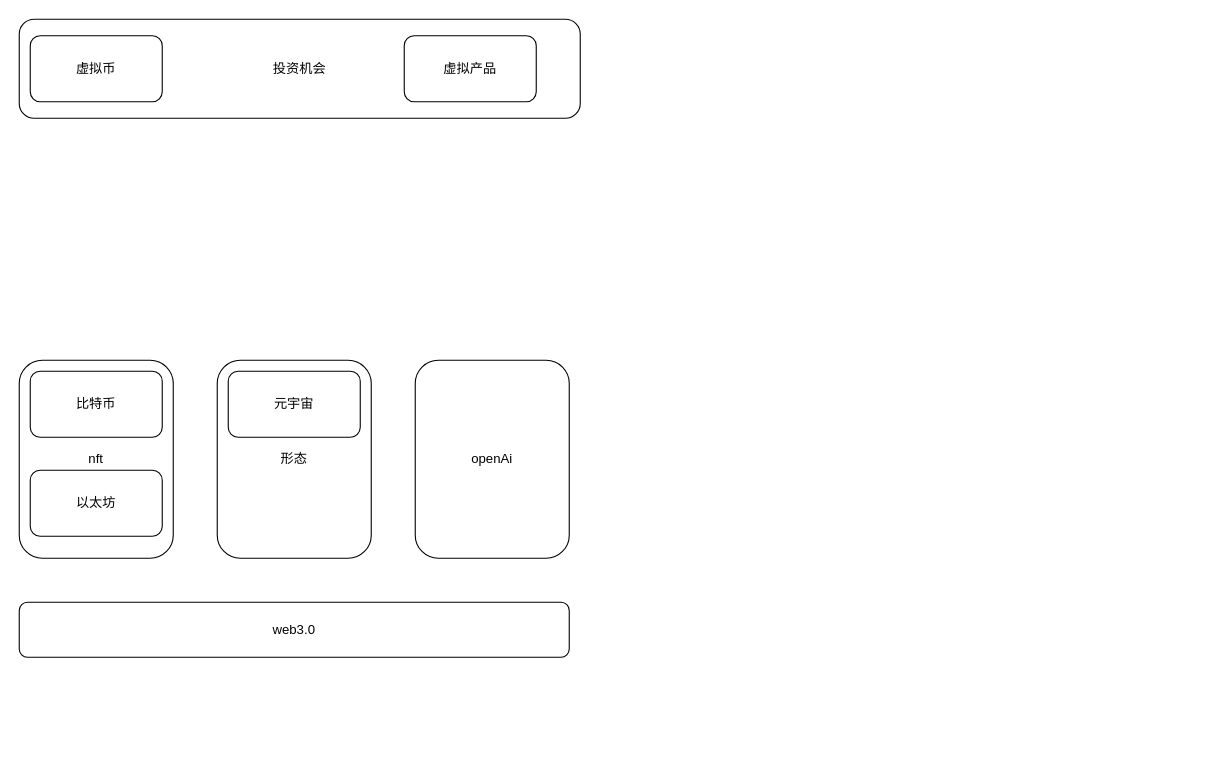
Earlier version of the draw.io diagram menus/web3.0未来与投资.drawio (Asamiyaa/microservice-k8s-yun). Source tidied: cells renumbered, new cells numbered last; positions are measured from the earlier drawing's top-left corner, leaving out a move shared by most shapes. Both pictures are drawn from the tidied source at 110%, with x=0, y=0 at pixel (19, 19).
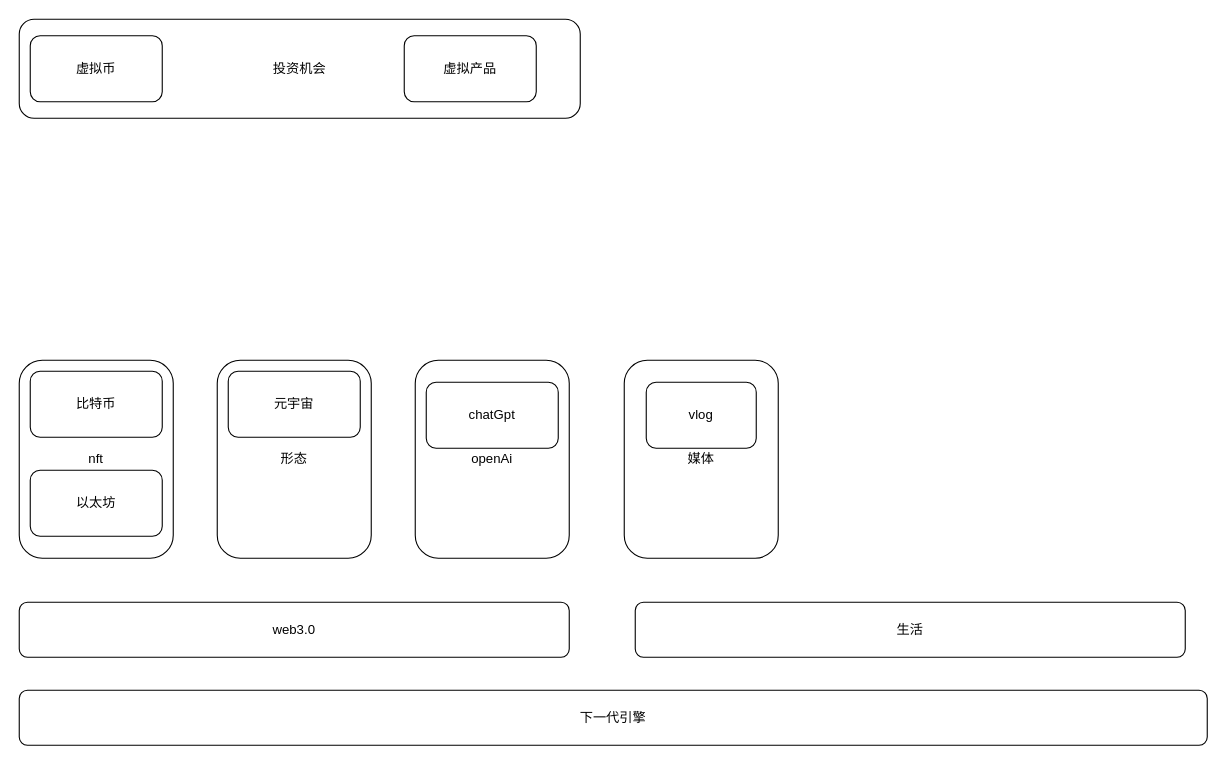
The same diagram, later.

Commit message:
更新web3.0未来与投资.drawio

Diff of the diagram source:
```diff
@@
 <mxGraphModel>
   <root>
     <mxCell id="0" />
     <mxCell id="1" parent="0" />
+    <mxCell id="13" value="媒体" style="rounded=1;whiteSpace=wrap;html=1;" parent="1" vertex="1">
+      <mxGeometry x="550" y="310" width="140" height="180" as="geometry" />
+    </mxCell>
     <mxCell id="2" value="nft" style="rounded=1;whiteSpace=wrap;html=1;" parent="1" vertex="1">
       <mxGeometry y="310" width="140" height="180" as="geometry" />
     </mxCell>
     <mxCell id="3" value="web3.0" style="rounded=1;whiteSpace=wrap;html=1;" parent="1" vertex="1">
       <mxGeometry y="530" width="500" height="50" as="geometry" />
     </mxCell>
     <mxCell id="4" value="比特币" style="rounded=1;whiteSpace=wrap;html=1;" parent="1" vertex="1">
       <mxGeometry x="10" y="320" width="120" height="60" as="geometry" />
     </mxCell>
     <mxCell id="5" value="元宇宙" style="rounded=1;whiteSpace=wrap;html=1;" parent="1" vertex="1">
       <mxGeometry x="190" y="320" width="120" height="60" as="geometry" />
     </mxCell>
     <mxCell id="6" value="形态" style="rounded=1;whiteSpace=wrap;html=1;" parent="1" vertex="1">
       <mxGeometry x="180" y="310" width="140" height="180" as="geometry" />
     </mxCell>
     <mxCell id="7" value="投资机会" style="rounded=1;whiteSpace=wrap;html=1;" parent="1" vertex="1">
       <mxGeometry width="510" height="90" as="geometry" />
     </mxCell>
     <mxCell id="8" value="虚拟币" style="rounded=1;whiteSpace=wrap;html=1;" parent="1" vertex="1">
       <mxGeometry x="10" y="15" width="120" height="60" as="geometry" />
     </mxCell>
     <mxCell id="9" value="元宇宙" style="rounded=1;whiteSpace=wrap;html=1;" parent="1" vertex="1">
       <mxGeometry x="190" y="320" width="120" height="60" as="geometry" />
     </mxCell>
     <mxCell id="10" value="虚拟产品" style="rounded=1;whiteSpace=wrap;html=1;" parent="1" vertex="1">
       <mxGeometry x="350" y="15" width="120" height="60" as="geometry" />
     </mxCell>
     <mxCell id="11" value="以太坊" style="rounded=1;whiteSpace=wrap;html=1;" parent="1" vertex="1">
       <mxGeometry x="10" y="410" width="120" height="60" as="geometry" />
     </mxCell>
     <mxCell id="12" value="openAi" style="rounded=1;whiteSpace=wrap;html=1;" parent="1" vertex="1">
       <mxGeometry x="360" y="310" width="140" height="180" as="geometry" />
     </mxCell>
+    <mxCell id="14" value="chatGpt" style="rounded=1;whiteSpace=wrap;html=1;" parent="1" vertex="1">
+      <mxGeometry x="370" y="330" width="120" height="60" as="geometry" />
+    </mxCell>
+    <mxCell id="15" value="vlog" style="rounded=1;whiteSpace=wrap;html=1;" parent="1" vertex="1">
+      <mxGeometry x="570" y="330" width="100" height="60" as="geometry" />
+    </mxCell>
+    <mxCell id="16" value="下一代引擎" style="rounded=1;whiteSpace=wrap;html=1;" parent="1" vertex="1">
+      <mxGeometry y="610" width="1080" height="50" as="geometry" />
+    </mxCell>
+    <mxCell id="17" value="生活" style="rounded=1;whiteSpace=wrap;html=1;" parent="1" vertex="1">
+      <mxGeometry x="560" y="530" width="500" height="50" as="geometry" />
+    </mxCell>
   </root>
 </mxGraphModel>
```
